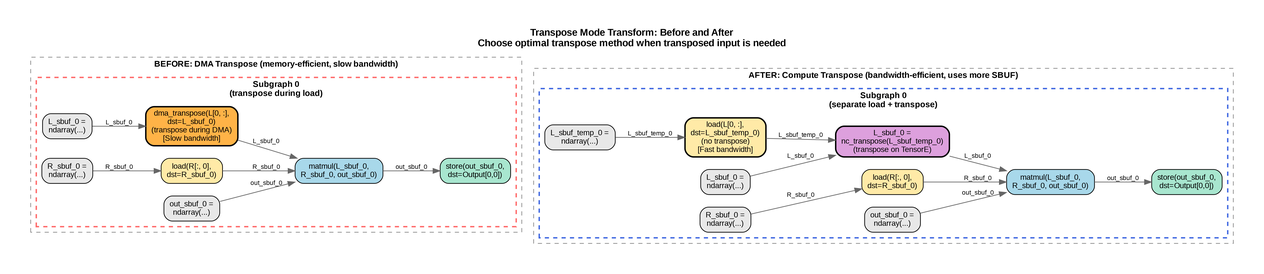
Earlier version of the Graphviz export design/figures/matmul_compute_graph_transpose_mode.png (awslabs/nki-autotune). Its source is kept beside it as design/dot_scripts/matmul_compute_graph_transpose_mode.dot.
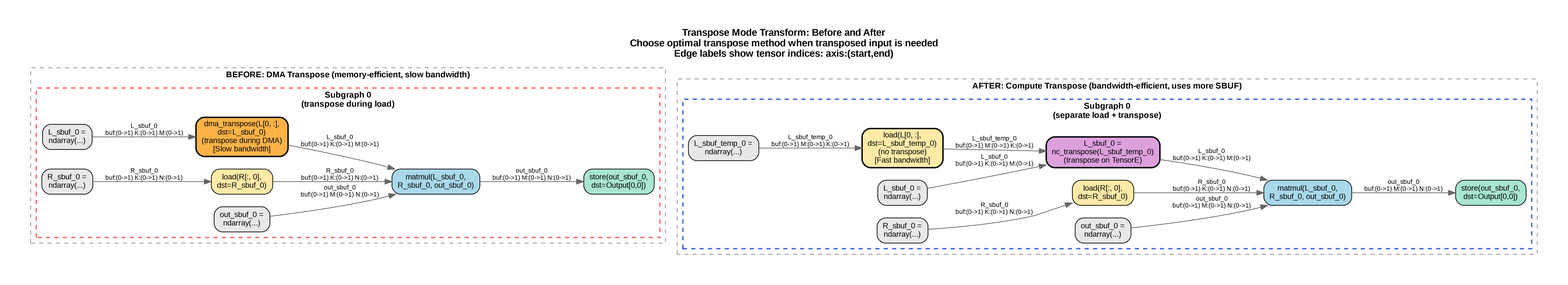
After the commit.

The edit, as a diff of the source:
```diff
@@ -7,7 +7,7 @@
     node [fontname="Arial", fontsize=11, style="filled,rounded", shape=box];
     edge [fontname="Arial", fontsize=9];
 
-    label="Transpose Mode Transform: Before and After\nChoose optimal transpose method when transposed input is needed";
+    label="Transpose Mode Transform: Before and After\nChoose optimal transpose method when transposed input is needed\nEdge labels show tensor indices: axis:(start,end)";
     labelloc="t";
     fontsize=14;
     fontname="Arial Bold";
@@ -33,12 +33,12 @@
             compute_dma [label="matmul(L_sbuf_0,\nR_sbuf_0, out_sbuf_0)", fillcolor="#A8D8EA"];
             store_dma [label="store(out_sbuf_0,\ndst=Output[0,0])", fillcolor="#A8E6CF"];
 
-            alloc_L_dma -> load_dma [label="L_sbuf_0", color="#666666"];
-            alloc_R_dma -> load_R_dma [label="R_sbuf_0", color="#666666"];
-            alloc_out_dma -> compute_dma [label="out_sbuf_0", color="#666666"];
-            load_dma -> compute_dma [label="L_sbuf_0", color="#666666"];
-            load_R_dma -> compute_dma [label="R_sbuf_0", color="#666666"];
-            compute_dma -> store_dma [label="out_sbuf_0", color="#666666"];
+            alloc_L_dma -> load_dma [label="L_sbuf_0\nbuf:(0->1) K:(0->1) M:(0->1)", color="#666666"];
+            alloc_R_dma -> load_R_dma [label="R_sbuf_0\nbuf:(0->1) K:(0->1) N:(0->1)", color="#666666"];
+            alloc_out_dma -> compute_dma [label="out_sbuf_0\nbuf:(0->1) M:(0->1) N:(0->1)", color="#666666"];
+            load_dma -> compute_dma [label="L_sbuf_0\nbuf:(0->1) K:(0->1) M:(0->1)", color="#666666"];
+            load_R_dma -> compute_dma [label="R_sbuf_0\nbuf:(0->1) K:(0->1) N:(0->1)", color="#666666"];
+            compute_dma -> store_dma [label="out_sbuf_0\nbuf:(0->1) M:(0->1) N:(0->1)", color="#666666"];
         }
     }
 
@@ -66,14 +66,14 @@
             compute_compute [label="matmul(L_sbuf_0,\nR_sbuf_0, out_sbuf_0)", fillcolor="#A8D8EA"];
             store_compute [label="store(out_sbuf_0,\ndst=Output[0,0])", fillcolor="#A8E6CF"];
 
-            alloc_L_temp_compute -> load_compute [label="L_sbuf_temp_0", color="#666666"];
-            alloc_L_compute -> transpose_compute [label="L_sbuf_0", color="#666666"];
-            alloc_R_compute -> load_R_compute [label="R_sbuf_0", color="#666666"];
-            alloc_out_compute -> compute_compute [label="out_sbuf_0", color="#666666"];
-            load_compute -> transpose_compute [label="L_sbuf_temp_0", color="#666666"];
-            transpose_compute -> compute_compute [label="L_sbuf_0", color="#666666"];
-            load_R_compute -> compute_compute [label="R_sbuf_0", color="#666666"];
-            compute_compute -> store_compute [label="out_sbuf_0", color="#666666"];
+            alloc_L_temp_compute -> load_compute [label="L_sbuf_temp_0\nbuf:(0->1) M:(0->1) K:(0->1)", color="#666666"];
+            alloc_L_compute -> transpose_compute [label="L_sbuf_0\nbuf:(0->1) K:(0->1) M:(0->1)", color="#666666"];
+            alloc_R_compute -> load_R_compute [label="R_sbuf_0\nbuf:(0->1) K:(0->1) N:(0->1)", color="#666666"];
+            alloc_out_compute -> compute_compute [label="out_sbuf_0\nbuf:(0->1) M:(0->1) N:(0->1)", color="#666666"];
+            load_compute -> transpose_compute [label="L_sbuf_temp_0\nbuf:(0->1) M:(0->1) K:(0->1)", color="#666666"];
+            transpose_compute -> compute_compute [label="L_sbuf_0\nbuf:(0->1) K:(0->1) M:(0->1)", color="#666666"];
+            load_R_compute -> compute_compute [label="R_sbuf_0\nbuf:(0->1) K:(0->1) N:(0->1)", color="#666666"];
+            compute_compute -> store_compute [label="out_sbuf_0\nbuf:(0->1) M:(0->1) N:(0->1)", color="#666666"];
         }
     }
 
```
